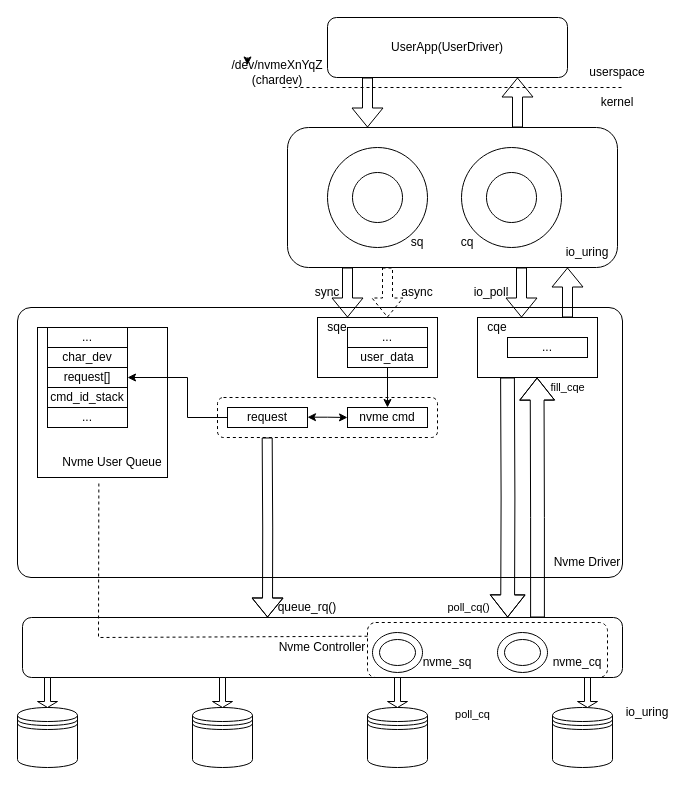
This is page "第 2 页" (2 of 3) of test1.drawio from jdmfr/dormouse, a draw.io file, before an edit. Source tidied: cells renumbered, new cells numbered last; positions are measured from the earlier drawing's top-left corner, leaving out a move shared by most shapes. Both pictures are drawn from the tidied source at 100%, with x=0, y=0 at pixel (17, 17).
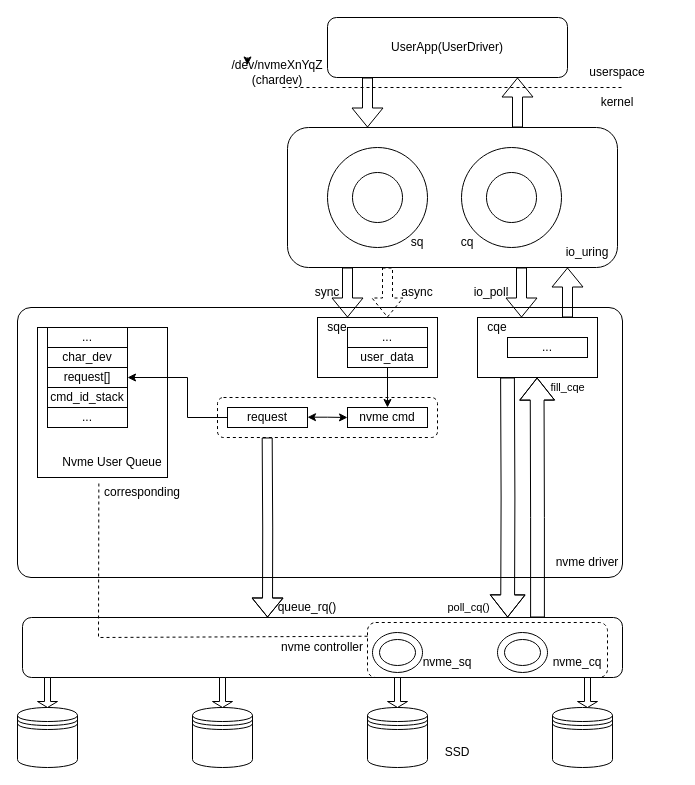
Above is the later version.

The change refers to these unchanged cells:
```xml
<mxCell id="63" style="shape=flexArrow;endArrow=classic;html=1;rounded=0;edgeStyle=orthogonalEdgeStyle;exitX=0.794;exitY=0.222;exitDx=0;exitDy=0;exitPerimeter=0;width=13.793103448275863;endSize=7.041379310344828;" parent="1" edge="1">
  <mxGeometry relative="1" as="geometry">
    <mxPoint x="490" y="360" as="sourcePoint" />
    <mxPoint x="490.1" y="600" as="targetPoint" />
  </mxGeometry>
</mxCell>
```

The edit, as a diff of the source:
```diff
@@
-    <mxCell id="17" value="Nvme Driver" style="text;html=1;strokeColor=none;fillColor=none;align=center;verticalAlign=middle;whiteSpace=wrap;rounded=0;" parent="1" vertex="1">
+    <mxCell id="17" value="nvme driver" style="text;html=1;strokeColor=none;fillColor=none;align=center;verticalAlign=middle;whiteSpace=wrap;rounded=0;" parent="1" vertex="1">
       <mxGeometry x="535" y="530" width="70" height="30" as="geometry" />
     </mxCell>
@@
-    <mxCell id="26" value="Nvme Controller" style="rounded=1;whiteSpace=wrap;html=1;" parent="1" vertex="1">
+    <mxCell id="26" value="nvme controller" style="rounded=1;whiteSpace=wrap;html=1;" parent="1" vertex="1">
       <mxGeometry x="5" y="600" width="600" height="60" as="geometry" />
     </mxCell>
@@
-    <mxCell id="35" value="io_uring" style="text;html=1;strokeColor=none;fillColor=none;align=center;verticalAlign=middle;whiteSpace=wrap;rounded=0;" parent="1" vertex="1">
-      <mxGeometry x="600" y="680" width="60" height="30" as="geometry" />
+    <mxCell id="35" value="SSD" style="text;html=1;strokeColor=none;fillColor=none;align=center;verticalAlign=middle;whiteSpace=wrap;rounded=0;" parent="1" vertex="1">
+      <mxGeometry x="410" y="720" width="60" height="30" as="geometry" />
     </mxCell>
@@
-    <mxCell id="64" value="poll_cq" style="edgeLabel;html=1;align=center;verticalAlign=middle;" parent="63" vertex="1">
-      <mxGeometry x="0.87" y="-11" relative="1" as="geometry">
-        <mxPoint x="-25" y="113" as="offset" />
-      </mxGeometry>
-    </mxCell>
@@
+    <mxCell id="68" value="corresponding" style="text;html=1;strokeColor=none;fillColor=none;align=center;verticalAlign=middle;rounded=0;rotation=90;whiteSpace=wrap;horizontal=0;" parent="1" vertex="1">
+      <mxGeometry x="80" y="460" width="90" height="30" as="geometry" />
+    </mxCell>
```
